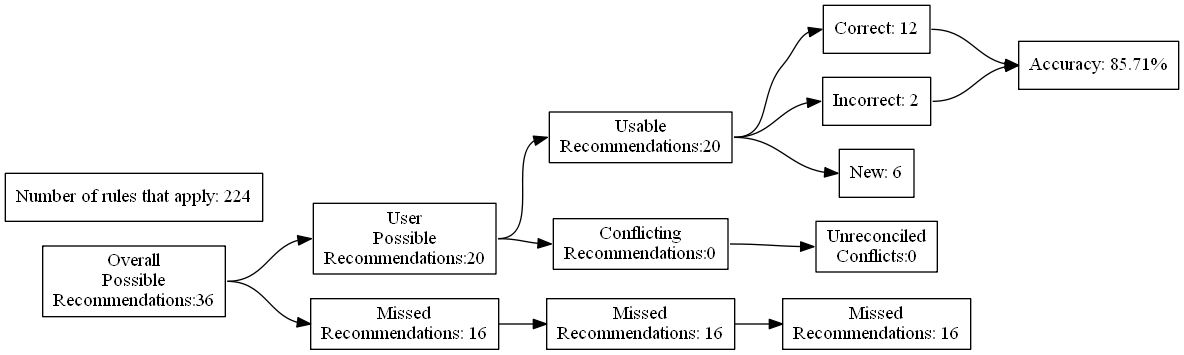
ZaxR/ibd_diet_analysis keeps this Graphviz diagram as test_renders/31.gv.png. Above is the earlier version. Its source is kept beside it as test_renders/31.gv.
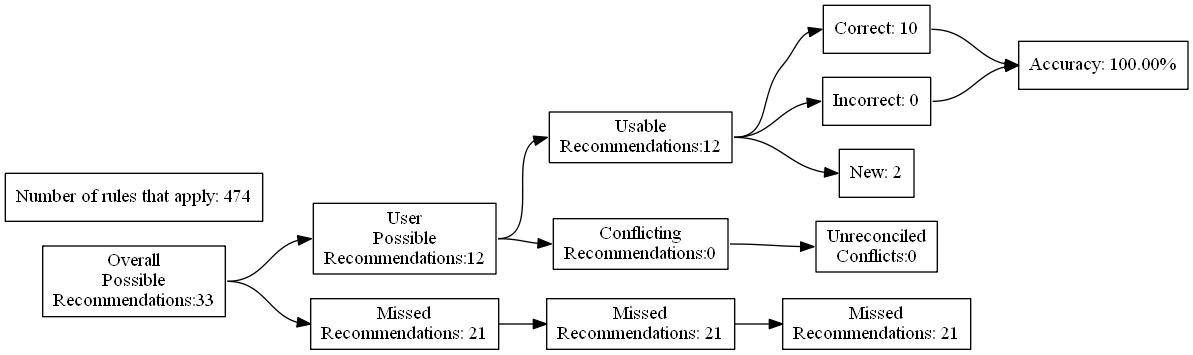
Above is the later version.

The edit, as a diff of the source:
```diff
@@ -4,27 +4,27 @@
 	edge [headport=w tailport=e]
 		A [label="Overall
 Possible
-Recommendations:36"]
+Recommendations:33"]
 		B [label="User
 Possible
-Recommendations:20"]
+Recommendations:12"]
 		C [label="Missed
-Recommendations: 16"]
+Recommendations: 21"]
 		D [label="Usable
-Recommendations:20"]
+Recommendations:12"]
 		E [label="Conflicting
 Recommendations:0"]
 		J [label="Missed
-Recommendations: 16"]
+Recommendations: 21"]
 		M [label="Unreconciled
 Conflicts:0"]
-		F [label="Correct: 12"]
-		G [label="Incorrect: 2"]
-		H [label="New: 6"]
+		F [label="Correct: 10"]
+		G [label="Incorrect: 0"]
+		H [label="New: 2"]
 		K [label="Missed
-Recommendations: 16"]
-		I [label="Accuracy: 85.71%"]
-		l [label="Number of rules that apply: 224"]
+Recommendations: 21"]
+		I [label="Accuracy: 100.00%"]
+		l [label="Number of rules that apply: 474"]
 			A -> B
 			A -> C
 			B -> D
```
